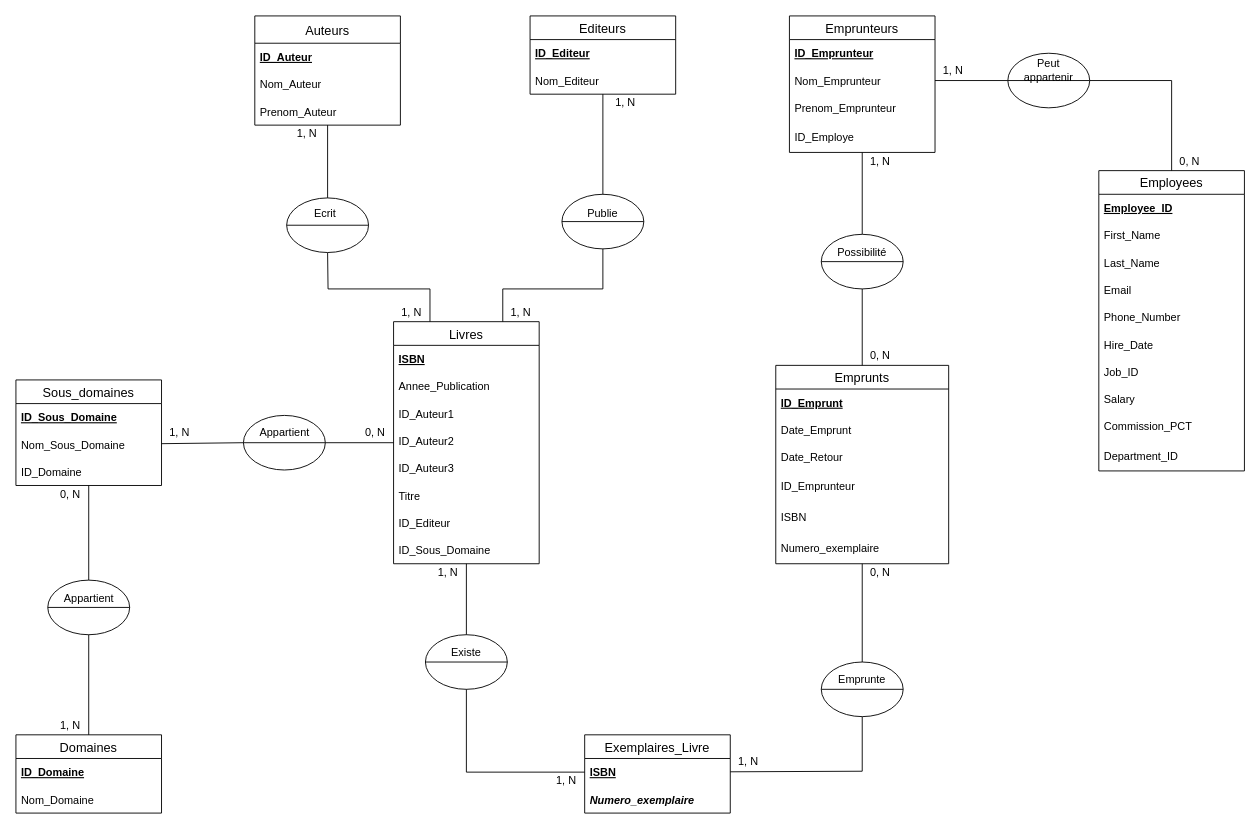
Earlier version of the draw.io diagram MCD.drawio (Jerome-Kraft/Projet_BDD). Source tidied: cells renumbered, new cells numbered last; positions are measured from the earlier drawing's top-left corner, leaving out a move shared by most shapes. Both pictures are drawn from the tidied source at 91%, with x=0, y=0 at pixel (15, 15).
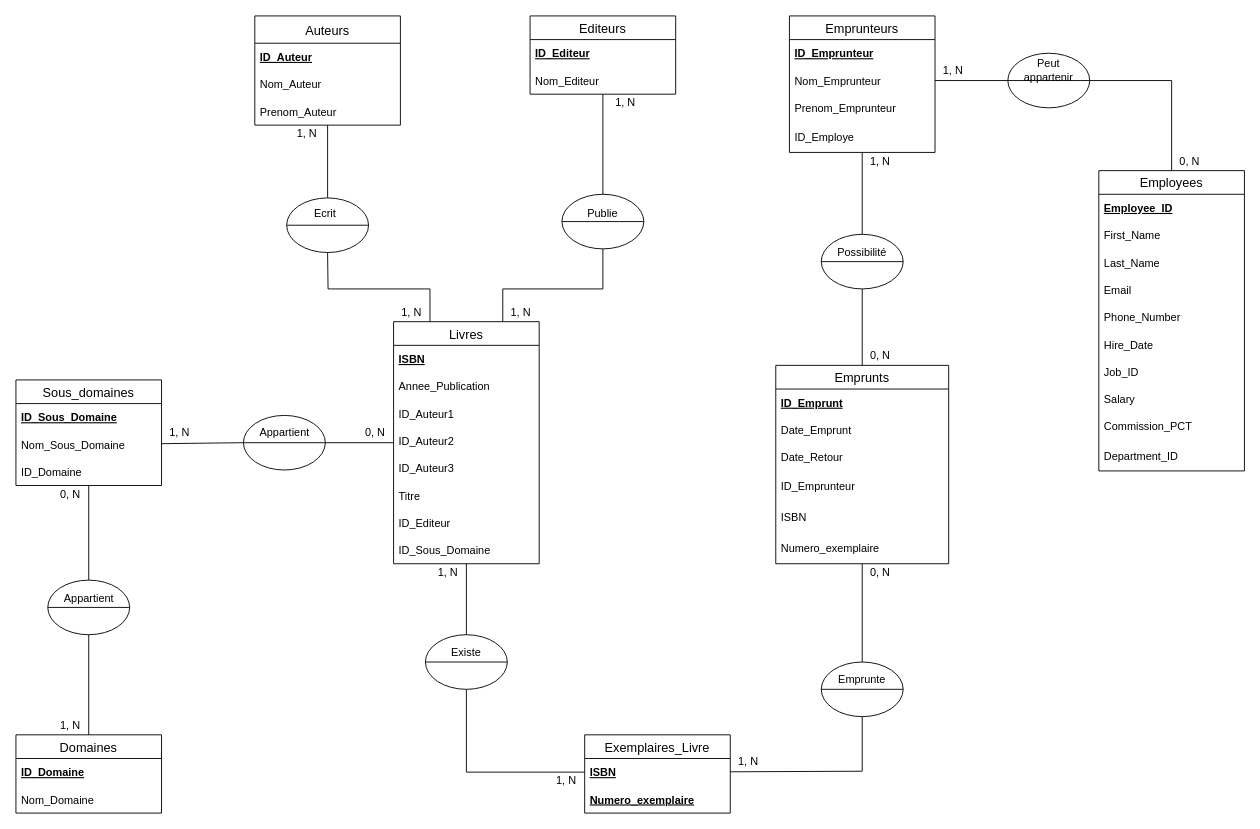
After the change.

The change refers to these unchanged cells:
```xml
<mxCell id="58" value="Exemplaires_Livre" style="swimlane;fontStyle=0;horizontal=1;startSize=26;align=center;fontSize=14;" parent="1" vertex="1">
  <mxGeometry x="625" y="790" width="160" height="86" as="geometry" />
</mxCell>
```

Diff of the diagram source:
```diff
@@
-    <mxCell id="60" value="Numero_exemplaire" style="text;strokeColor=none;fillColor=none;spacingLeft=4;spacingRight=4;overflow=hidden;fontSize=12;verticalAlign=middle;fontStyle=3;" parent="58" vertex="1">
+    <mxCell id="60" value="Numero_exemplaire" style="text;strokeColor=none;fillColor=none;spacingLeft=4;spacingRight=4;overflow=hidden;fontSize=12;verticalAlign=middle;fontStyle=5;" parent="58" vertex="1">
       <mxGeometry y="56" width="160" height="30" as="geometry" />
     </mxCell>
```
